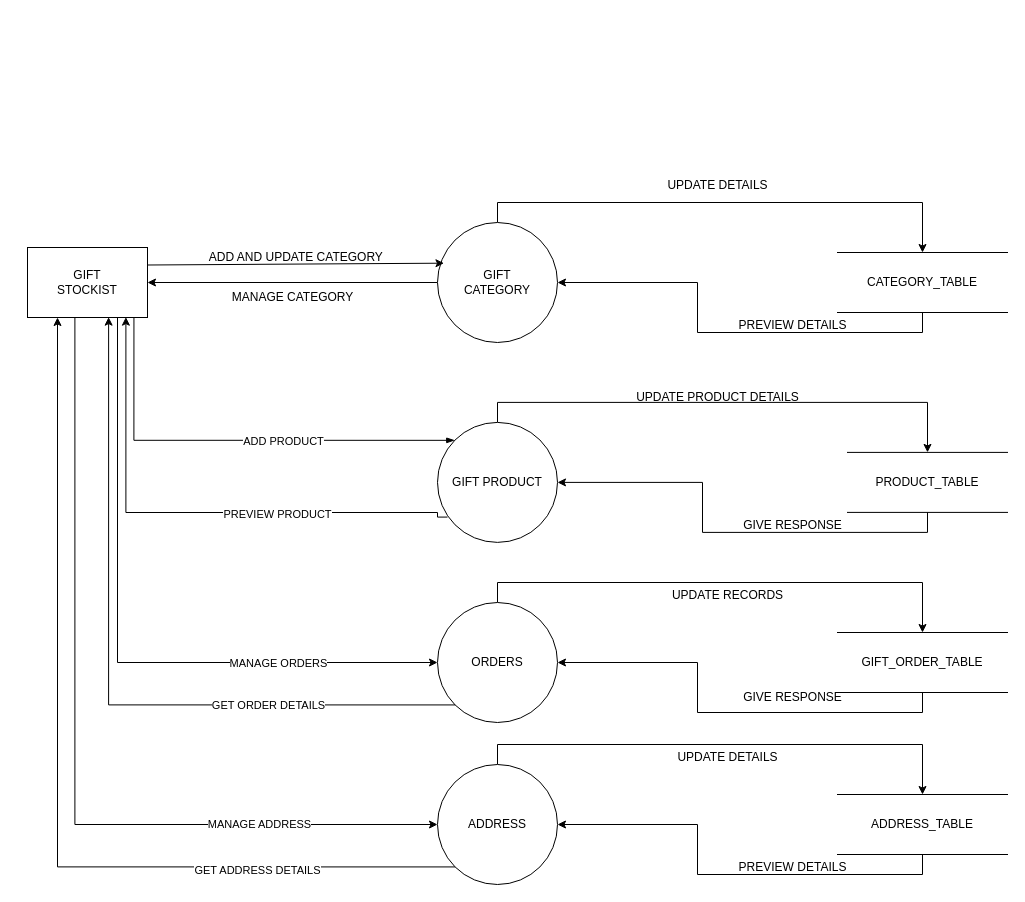
Before: page "DFD-1(STOCKIST)" (11 of 18) of DOCUMENTATION.drawio in panchalbhavya2210/gift_documentation, a draw.io diagram. Source tidied: cells renumbered, new cells numbered last; positions are measured from the earlier drawing's top-left corner, leaving out a move shared by most shapes. Both pictures are drawn from the tidied source at 100%, with x=0, y=0 at pixel (27, 170).
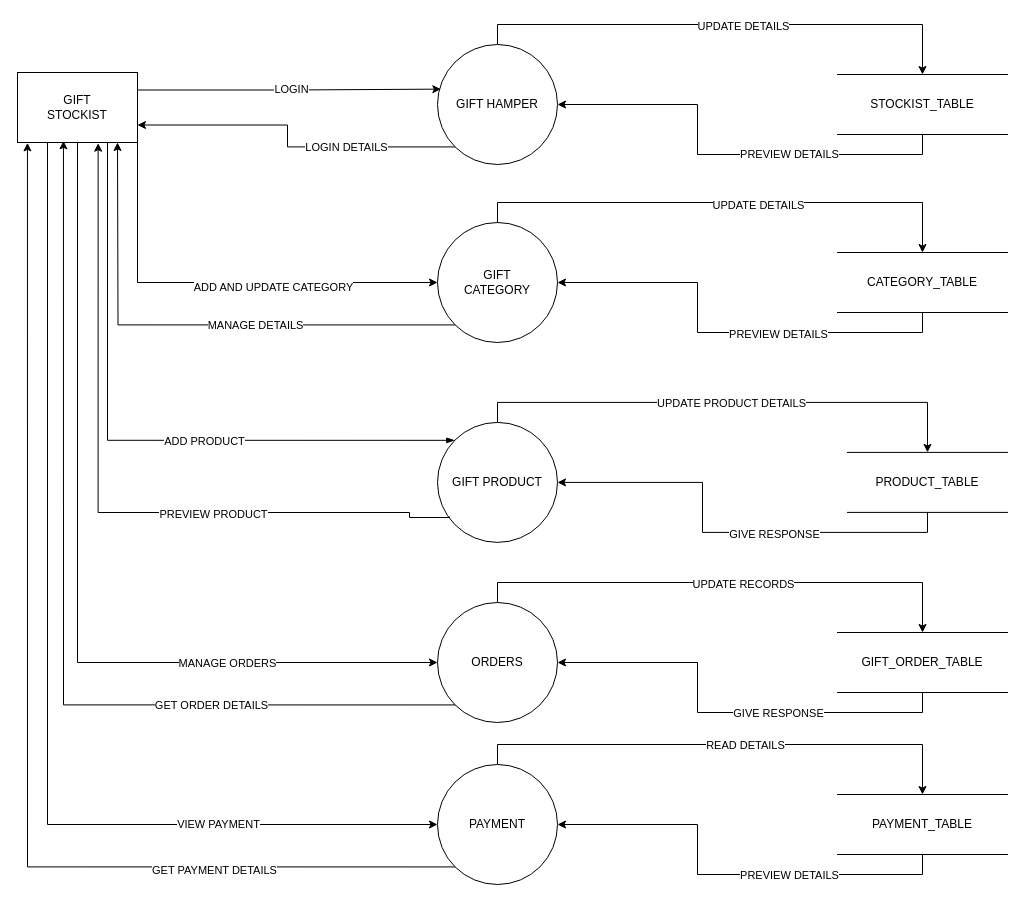
The same page after the edit.

Unchanged cells that the change refers to:
```xml
<mxCell id="2" style="edgeStyle=orthogonalEdgeStyle;rounded=0;jettySize=auto;html=1;exitX=0.5;exitY=0;exitDx=0;exitDy=0;entryX=0.5;entryY=0;entryDx=0;entryDy=0;" parent="1" edge="1" source="4" target="6">
  <mxGeometry relative="1" as="geometry" />
</mxCell>
<mxCell id="4" value="GIFT&lt;br&gt;CATEGORY" style="ellipse;whiteSpace=wrap;html=1;" parent="1" vertex="1">
  <mxGeometry x="410" y="52" width="120" height="120" as="geometry" />
</mxCell>
<mxCell id="5" style="edgeStyle=orthogonalEdgeStyle;rounded=0;jettySize=auto;html=1;exitX=0.5;exitY=1;exitDx=0;exitDy=0;entryX=1;entryY=0.5;entryDx=0;entryDy=0;" parent="1" edge="1" source="6" target="4">
  <mxGeometry relative="1" as="geometry" />
</mxCell>
<mxCell id="15" style="edgeStyle=orthogonalEdgeStyle;rounded=0;jettySize=auto;html=1;exitX=0.5;exitY=0;exitDx=0;exitDy=0;entryX=0.5;entryY=0;entryDx=0;entryDy=0;" parent="1" edge="1" source="16" target="18">
  <mxGeometry relative="1" as="geometry" />
</mxCell>
<mxCell id="16" value="GIFT PRODUCT" style="ellipse;whiteSpace=wrap;html=1;" parent="1" vertex="1">
  <mxGeometry x="410" y="251.9" width="120" height="120" as="geometry" />
</mxCell>
<mxCell id="17" style="edgeStyle=orthogonalEdgeStyle;rounded=0;jettySize=auto;html=1;exitX=0.5;exitY=1;exitDx=0;exitDy=0;entryX=1;entryY=0.5;entryDx=0;entryDy=0;" parent="1" edge="1" source="18" target="16">
  <mxGeometry relative="1" as="geometry" />
</mxCell>
<mxCell id="25" style="edgeStyle=orthogonalEdgeStyle;rounded=0;jettySize=auto;html=1;exitX=0.5;exitY=0;exitDx=0;exitDy=0;entryX=0.5;entryY=0;entryDx=0;entryDy=0;" parent="1" edge="1" source="26" target="28">
  <mxGeometry relative="1" as="geometry" />
</mxCell>
<mxCell id="26" value="ORDERS" style="ellipse;whiteSpace=wrap;html=1;" parent="1" vertex="1">
  <mxGeometry x="410" y="432" width="120" height="120" as="geometry" />
</mxCell>
<mxCell id="27" style="edgeStyle=orthogonalEdgeStyle;rounded=0;jettySize=auto;html=1;exitX=0.5;exitY=1;exitDx=0;exitDy=0;entryX=1;entryY=0.5;entryDx=0;entryDy=0;" parent="1" edge="1" source="28" target="26">
  <mxGeometry relative="1" as="geometry" />
</mxCell>
<mxCell id="31" style="edgeStyle=orthogonalEdgeStyle;rounded=0;jettySize=auto;html=1;exitX=0.5;exitY=0;exitDx=0;exitDy=0;entryX=0.5;entryY=0;entryDx=0;entryDy=0;" parent="1" edge="1" source="34" target="36">
  <mxGeometry relative="1" as="geometry" />
</mxCell>
<mxCell id="35" style="edgeStyle=orthogonalEdgeStyle;rounded=0;jettySize=auto;html=1;exitX=0.5;exitY=1;exitDx=0;exitDy=0;entryX=1;entryY=0.5;entryDx=0;entryDy=0;" parent="1" edge="1" source="36" target="34">
  <mxGeometry relative="1" as="geometry" />
</mxCell>
```

The edit, as a diff of the source:
```diff
@@
+    <mxCell id="43" value="UPDATE DETAILS" style="edgeLabel;html=1;align=center;verticalAlign=middle;" parent="2" vertex="1">
+      <mxGeometry x="0.13" y="-2" relative="1" as="geometry" />
+    </mxCell>
-    <mxCell id="3" style="edgeStyle=orthogonalEdgeStyle;rounded=0;jettySize=auto;html=1;exitX=0;exitY=0.5;exitDx=0;exitDy=0;entryX=1;entryY=0.5;entryDx=0;entryDy=0;" parent="1" edge="1" source="4" target="14">
+    <mxCell id="3" style="edgeStyle=orthogonalEdgeStyle;rounded=0;jettySize=auto;html=1;exitX=1;exitY=1;exitDx=0;exitDy=0;entryX=0;entryY=0.5;entryDx=0;entryDy=0;" parent="1" edge="1" source="14" target="4">
       <mxGeometry relative="1" as="geometry" />
     </mxCell>
+    <mxCell id="19" value="ADD AND UPDATE CATEGORY" style="edgeLabel;html=1;align=center;verticalAlign=middle;" parent="3" vertex="1">
+      <mxGeometry x="0.25" y="-4" relative="1" as="geometry" />
+    </mxCell>
@@
+    <mxCell id="44" value="PREVIEW DETAILS" style="edgeLabel;html=1;align=center;verticalAlign=middle;" parent="5" vertex="1">
+      <mxGeometry x="-0.24" y="1" relative="1" as="geometry" />
+    </mxCell>
@@
-    <mxCell id="7" style="rounded=0;jettySize=auto;html=1;exitX=1;exitY=0.25;exitDx=0;exitDy=0;entryX=0.054;entryY=0.339;entryDx=0;entryDy=0;entryPerimeter=0;" parent="1" edge="1" source="14" target="4">
-      <mxGeometry relative="1" as="geometry" />
-    </mxCell>
-    <mxCell id="8" style="rounded=0;jettySize=auto;html=1;exitX=0;exitY=0;exitDx=0;exitDy=0;entryX=0.887;entryY=0.991;entryDx=0;entryDy=0;edgeStyle=orthogonalEdgeStyle;endArrow=none;endFill=0;startArrow=blockThin;startFill=1;entryPerimeter=0;" parent="1" edge="1" source="16" target="14">
+    <mxCell id="8" style="rounded=0;jettySize=auto;html=1;exitX=0;exitY=0;exitDx=0;exitDy=0;entryX=0.75;entryY=1;entryDx=0;entryDy=0;edgeStyle=orthogonalEdgeStyle;endArrow=none;endFill=0;startArrow=blockThin;startFill=1;" parent="1" edge="1" source="16" target="14">
       <mxGeometry relative="1" as="geometry" />
     </mxCell>
@@
-    <mxCell id="10" style="edgeStyle=orthogonalEdgeStyle;rounded=0;jettySize=auto;html=1;exitX=0.395;exitY=1.006;exitDx=0;exitDy=0;entryX=0;entryY=0.5;entryDx=0;entryDy=0;exitPerimeter=0;" parent="1" edge="1" source="14" target="34">
+    <mxCell id="10" style="edgeStyle=orthogonalEdgeStyle;rounded=0;jettySize=auto;html=1;exitX=0.25;exitY=1;exitDx=0;exitDy=0;entryX=0;entryY=0.5;entryDx=0;entryDy=0;" parent="1" edge="1" source="14" target="34">
       <mxGeometry relative="1" as="geometry" />
     </mxCell>
-    <mxCell id="11" value="MANAGE ADDRESS" style="edgeLabel;html=1;align=center;verticalAlign=middle;" parent="10" vertex="1">
+    <mxCell id="11" value="VIEW PAYMENT" style="edgeLabel;html=1;align=center;verticalAlign=middle;" parent="10" vertex="1">
       <mxGeometry x="0.59" y="1" relative="1" as="geometry" />
     </mxCell>
-    <mxCell id="12" style="edgeStyle=orthogonalEdgeStyle;rounded=0;jettySize=auto;html=1;exitX=0.75;exitY=1;exitDx=0;exitDy=0;entryX=0;entryY=0.5;entryDx=0;entryDy=0;" parent="1" edge="1" source="14" target="26">
+    <mxCell id="12" style="edgeStyle=orthogonalEdgeStyle;rounded=0;jettySize=auto;html=1;exitX=0.5;exitY=1;exitDx=0;exitDy=0;entryX=0;entryY=0.5;entryDx=0;entryDy=0;" parent="1" edge="1" source="14" target="26">
       <mxGeometry relative="1" as="geometry" />
     </mxCell>
@@
     <mxCell id="14" value="GIFT&lt;br&gt;STOCKIST" style="rounded=0;whiteSpace=wrap;html=1;" parent="1" vertex="1">
-      <mxGeometry y="77" width="120" height="70" as="geometry" />
+      <mxGeometry x="-10" y="-98" width="120" height="70" as="geometry" />
     </mxCell>
@@
+    <mxCell id="23" value="UPDATE PRODUCT DETAILS" style="edgeLabel;html=1;align=center;verticalAlign=middle;" parent="15" vertex="1">
+      <mxGeometry x="0.01" y="-1" relative="1" as="geometry" />
+    </mxCell>
@@
+    <mxCell id="45" value="GIVE RESPONSE" style="edgeLabel;html=1;align=center;verticalAlign=middle;" parent="17" vertex="1">
+      <mxGeometry x="-0.21" y="2" relative="1" as="geometry" />
+    </mxCell>
@@
-    <mxCell id="19" value="ADD AND UPDATE CATEGORY&amp;nbsp;" style="text;html=1;align=center;verticalAlign=middle;strokeColor=none;fillColor=none;" parent="1" vertex="1">
-      <mxGeometry x="170" y="72" width="200" height="30" as="geometry" />
-    </mxCell>
-    <mxCell id="20" value="MANAGE CATEGORY" style="text;html=1;align=center;verticalAlign=middle;strokeColor=none;fillColor=none;" parent="1" vertex="1">
-      <mxGeometry x="190" y="112" width="150" height="30" as="geometry" />
-    </mxCell>
-    <mxCell id="21" value="UPDATE DETAILS" style="text;html=1;align=center;verticalAlign=middle;strokeColor=none;fillColor=none;" parent="1" vertex="1">
-      <mxGeometry x="630" width="120" height="30" as="geometry" />
-    </mxCell>
-    <mxCell id="22" value="PREVIEW DETAILS" style="text;html=1;align=center;verticalAlign=middle;strokeColor=none;fillColor=none;" parent="1" vertex="1">
-      <mxGeometry x="700" y="140" width="130" height="30" as="geometry" />
-    </mxCell>
-    <mxCell id="23" value="UPDATE PRODUCT DETAILS" style="text;html=1;align=center;verticalAlign=middle;strokeColor=none;fillColor=none;" parent="1" vertex="1">
-      <mxGeometry x="595" y="212" width="190" height="30" as="geometry" />
-    </mxCell>
-    <mxCell id="24" value="GIVE RESPONSE" style="text;html=1;align=center;verticalAlign=middle;strokeColor=none;fillColor=none;" parent="1" vertex="1">
-      <mxGeometry x="705" y="340" width="120" height="30" as="geometry" />
-    </mxCell>
@@
+    <mxCell id="30" value="UPDATE RECORDS" style="edgeLabel;html=1;align=center;verticalAlign=middle;" parent="25" vertex="1">
+      <mxGeometry x="0.07" y="-1" relative="1" as="geometry" />
+    </mxCell>
@@
+    <mxCell id="46" value="GIVE RESPONSE" style="edgeLabel;html=1;align=center;verticalAlign=middle;" parent="27" vertex="1">
+      <mxGeometry x="-0.24" relative="1" as="geometry" />
+    </mxCell>
@@
-    <mxCell id="29" value="GIVE RESPONSE" style="text;html=1;align=center;verticalAlign=middle;strokeColor=none;fillColor=none;" parent="1" vertex="1">
-      <mxGeometry x="705" y="512" width="120" height="30" as="geometry" />
-    </mxCell>
-    <mxCell id="30" value="UPDATE RECORDS" style="text;html=1;align=center;verticalAlign=middle;strokeColor=none;fillColor=none;" parent="1" vertex="1">
-      <mxGeometry x="635" y="410" width="130" height="30" as="geometry" />
-    </mxCell>
@@
+    <mxCell id="47" value="READ DETAILS" style="edgeLabel;html=1;align=center;verticalAlign=middle;" parent="31" vertex="1">
+      <mxGeometry x="0.08" relative="1" as="geometry" />
+    </mxCell>
-    <mxCell id="32" style="edgeStyle=orthogonalEdgeStyle;rounded=0;jettySize=auto;html=1;exitX=0;exitY=1;exitDx=0;exitDy=0;entryX=0.25;entryY=1;entryDx=0;entryDy=0;" parent="1" edge="1" source="34" target="14">
+    <mxCell id="32" style="edgeStyle=orthogonalEdgeStyle;rounded=0;jettySize=auto;html=1;exitX=0;exitY=1;exitDx=0;exitDy=0;entryX=0.083;entryY=1.005;entryDx=0;entryDy=0;entryPerimeter=0;" parent="1" edge="1" source="34" target="14">
       <mxGeometry relative="1" as="geometry" />
     </mxCell>
-    <mxCell id="33" value="GET ADDRESS DETAILS" style="edgeLabel;html=1;align=center;verticalAlign=middle;" parent="32" vertex="1">
+    <mxCell id="33" value="GET PAYMENT DETAILS" style="edgeLabel;html=1;align=center;verticalAlign=middle;" parent="32" vertex="1">
       <mxGeometry x="-0.58" y="3" relative="1" as="geometry">
         <mxPoint x="1" as="offset" />
       </mxGeometry>
     </mxCell>
-    <mxCell id="34" value="ADDRESS" style="ellipse;whiteSpace=wrap;html=1;" parent="1" vertex="1">
+    <mxCell id="34" value="PAYMENT" style="ellipse;whiteSpace=wrap;html=1;" parent="1" vertex="1">
       <mxGeometry x="410" y="594" width="120" height="120" as="geometry" />
     </mxCell>
@@
+    <mxCell id="48" value="PREVIEW DETAILS" style="edgeLabel;html=1;align=center;verticalAlign=middle;" parent="35" vertex="1">
+      <mxGeometry x="-0.29" relative="1" as="geometry" />
+    </mxCell>
-    <mxCell id="36" value="ADDRESS_TABLE" style="shape=partialRectangle;whiteSpace=wrap;html=1;left=0;right=0;fillColor=none;" parent="1" vertex="1">
+    <mxCell id="36" value="PAYMENT_TABLE" style="shape=partialRectangle;whiteSpace=wrap;html=1;left=0;right=0;fillColor=none;" parent="1" vertex="1">
       <mxGeometry x="810" y="624" width="170" height="60" as="geometry" />
     </mxCell>
-    <mxCell id="37" value="PREVIEW DETAILS" style="text;html=1;align=center;verticalAlign=middle;strokeColor=none;fillColor=none;" parent="1" vertex="1">
-      <mxGeometry x="700" y="682" width="130" height="30" as="geometry" />
-    </mxCell>
-    <mxCell id="38" value="UPDATE DETAILS" style="text;html=1;align=center;verticalAlign=middle;strokeColor=none;fillColor=none;" parent="1" vertex="1">
-      <mxGeometry x="640" y="572" width="120" height="30" as="geometry" />
-    </mxCell>
-    <mxCell id="39" style="edgeStyle=orthogonalEdgeStyle;rounded=0;jettySize=auto;html=1;exitX=0.083;exitY=0.789;exitDx=0;exitDy=0;entryX=0.82;entryY=0.995;entryDx=0;entryDy=0;entryPerimeter=0;exitPerimeter=0;" parent="1" edge="1" source="16" target="14">
+    <mxCell id="39" style="edgeStyle=orthogonalEdgeStyle;rounded=0;jettySize=auto;html=1;exitX=0.1;exitY=0.784;exitDx=0;exitDy=0;entryX=0.672;entryY=1.01;entryDx=0;entryDy=0;entryPerimeter=0;exitPerimeter=0;" parent="1" edge="1" source="16" target="14">
       <mxGeometry relative="1" as="geometry">
         <Array as="points">
-          <mxPoint x="410" y="347" />
-          <mxPoint x="410" y="342" />
-          <mxPoint x="98" y="342" />
+          <mxPoint x="422" y="347" />
+          <mxPoint x="382" y="347" />
+          <mxPoint x="382" y="342" />
+          <mxPoint x="71" y="342" />
         </Array>
       </mxGeometry>
     </mxCell>
@@
-    <mxCell id="41" style="edgeStyle=orthogonalEdgeStyle;rounded=0;jettySize=auto;html=1;exitX=0;exitY=1;exitDx=0;exitDy=0;entryX=0.676;entryY=0.995;entryDx=0;entryDy=0;entryPerimeter=0;" parent="1" edge="1" source="26" target="14">
+    <mxCell id="41" style="edgeStyle=orthogonalEdgeStyle;rounded=0;jettySize=auto;html=1;exitX=0;exitY=1;exitDx=0;exitDy=0;entryX=0.383;entryY=0.976;entryDx=0;entryDy=0;entryPerimeter=0;" parent="1" edge="1" source="26" target="14">
       <mxGeometry relative="1" as="geometry" />
     </mxCell>
@@
+    <mxCell id="49" style="edgeStyle=orthogonalEdgeStyle;rounded=0;jettySize=auto;html=1;exitX=0;exitY=1;exitDx=0;exitDy=0;" parent="1" edge="1" source="4">
+      <mxGeometry relative="1" as="geometry">
+        <mxPoint x="90" y="-28" as="targetPoint" />
+      </mxGeometry>
+    </mxCell>
+    <mxCell id="50" value="MANAGE DETAILS" style="edgeLabel;html=1;align=center;verticalAlign=middle;" parent="49" vertex="1">
+      <mxGeometry x="-0.23" relative="1" as="geometry" />
+    </mxCell>
+    <mxCell id="51" style="edgeStyle=orthogonalEdgeStyle;rounded=0;jettySize=auto;html=1;exitX=0.5;exitY=0;exitDx=0;exitDy=0;entryX=0.5;entryY=0;entryDx=0;entryDy=0;" parent="1" edge="1" source="55" target="58">
+      <mxGeometry relative="1" as="geometry" />
+    </mxCell>
+    <mxCell id="52" value="UPDATE DETAILS" style="edgeLabel;html=1;align=center;verticalAlign=middle;" parent="51" vertex="1">
+      <mxGeometry x="0.07" y="-1" relative="1" as="geometry" />
+    </mxCell>
+    <mxCell id="53" style="edgeStyle=orthogonalEdgeStyle;rounded=0;jettySize=auto;html=1;exitX=0;exitY=1;exitDx=0;exitDy=0;entryX=1;entryY=0.75;entryDx=0;entryDy=0;" parent="1" edge="1" source="55" target="14">
+      <mxGeometry relative="1" as="geometry" />
+    </mxCell>
+    <mxCell id="54" value="LOGIN DETAILS" style="edgeLabel;html=1;align=center;verticalAlign=middle;" parent="53" vertex="1">
+      <mxGeometry x="-0.36" relative="1" as="geometry" />
+    </mxCell>
+    <mxCell id="55" value="GIFT HAMPER" style="ellipse;whiteSpace=wrap;html=1;" parent="1" vertex="1">
+      <mxGeometry x="410" y="-126" width="120" height="120" as="geometry" />
+    </mxCell>
+    <mxCell id="56" style="edgeStyle=orthogonalEdgeStyle;rounded=0;jettySize=auto;html=1;exitX=0.5;exitY=1;exitDx=0;exitDy=0;entryX=1;entryY=0.5;entryDx=0;entryDy=0;" parent="1" edge="1" source="58" target="55">
+      <mxGeometry relative="1" as="geometry" />
+    </mxCell>
+    <mxCell id="57" value="PREVIEW DETAILS" style="edgeLabel;html=1;align=center;verticalAlign=middle;" parent="56" vertex="1">
+      <mxGeometry x="-0.29" y="-1" relative="1" as="geometry" />
+    </mxCell>
+    <mxCell id="58" value="STOCKIST_TABLE" style="shape=partialRectangle;whiteSpace=wrap;html=1;left=0;right=0;fillColor=none;" parent="1" vertex="1">
+      <mxGeometry x="810" y="-96" width="170" height="60" as="geometry" />
+    </mxCell>
+    <mxCell id="59" style="edgeStyle=orthogonalEdgeStyle;rounded=0;jettySize=auto;html=1;exitX=1;exitY=0.25;exitDx=0;exitDy=0;entryX=0.028;entryY=0.372;entryDx=0;entryDy=0;entryPerimeter=0;" parent="1" edge="1" source="14" target="55">
+      <mxGeometry relative="1" as="geometry" />
+    </mxCell>
+    <mxCell id="60" value="LOGIN" style="edgeLabel;html=1;align=center;verticalAlign=middle;" parent="59" vertex="1">
+      <mxGeometry x="0.01" relative="1" as="geometry" />
+    </mxCell>
```
